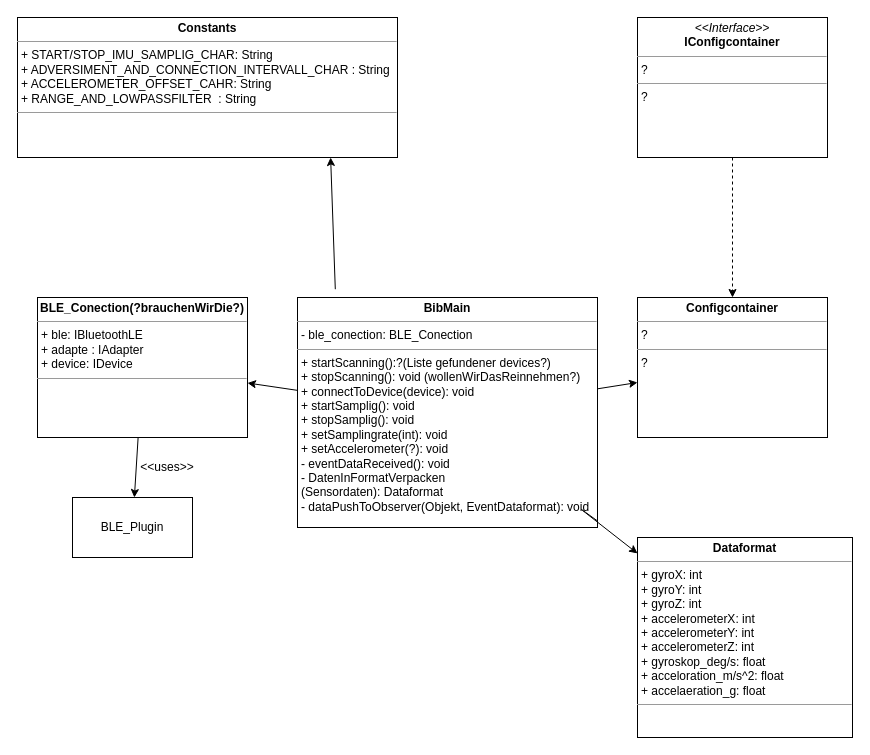
This is Entwurf/BibPackage_V1.0.drawio from vlle1/dokumente-earablesKIT, a draw.io file, before an edit. Source tidied: cells renumbered, new cells numbered last; positions are measured from the earlier drawing's top-left corner, leaving out a move shared by most shapes. Both pictures are drawn from the tidied source at 100%, with x=0, y=0 at pixel (17, 17).
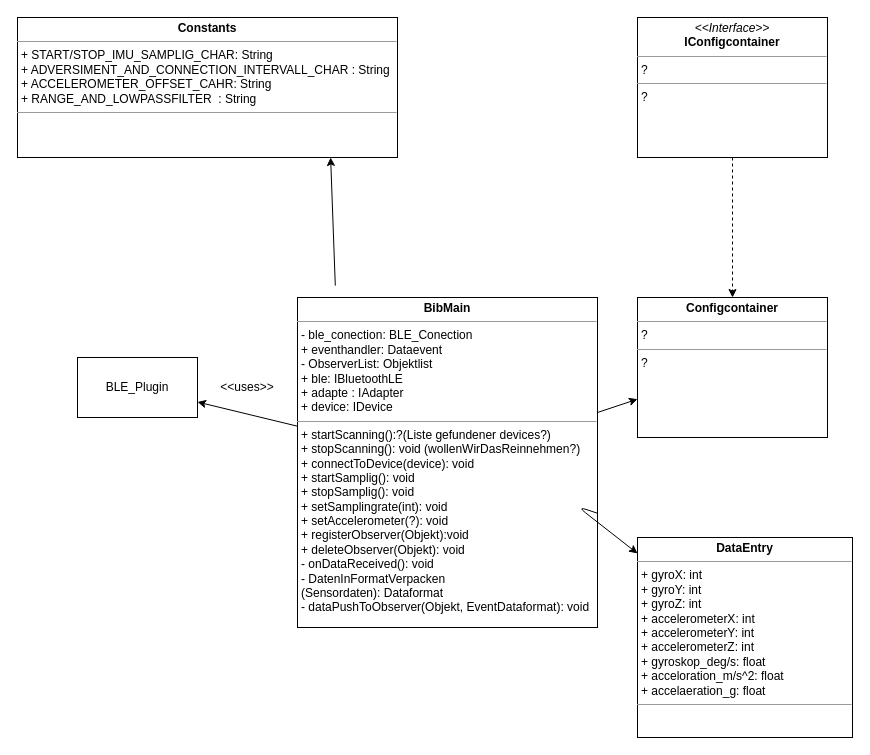
The same page after the edit.

Diff of the diagram source:
```diff
@@
 <mxGraphModel background="#ffffff">
   <root>
     <mxCell id="0" />
     <mxCell id="1" parent="0" />
-    <mxCell id="2" value="&lt;p style=&quot;margin: 0px ; margin-top: 4px ; text-align: center&quot;&gt;&lt;b&gt;BibMain&lt;/b&gt;&lt;/p&gt;&lt;hr size=&quot;1&quot;&gt;&lt;p style=&quot;margin: 0px ; margin-left: 4px&quot;&gt;- ble_conection: BLE_Conection&lt;/p&gt;&lt;hr size=&quot;1&quot;&gt;&lt;p style=&quot;margin: 0px 0px 0px 4px&quot;&gt;+ startScanning():?(Liste gefundener devices?)&lt;/p&gt;&lt;p style=&quot;margin: 0px 0px 0px 4px&quot;&gt;+ stopScanning(): void (wollenWirDasReinnehmen?)&lt;/p&gt;&lt;p style=&quot;margin: 0px 0px 0px 4px&quot;&gt;+ connectToDevice(device): void&amp;nbsp;&lt;/p&gt;&lt;p style=&quot;margin: 0px ; margin-left: 4px&quot;&gt;+ startSamplig(): void&lt;/p&gt;&lt;p style=&quot;margin: 0px ; margin-left: 4px&quot;&gt;+ stopSamplig(): void&lt;/p&gt;&lt;p style=&quot;margin: 0px ; margin-left: 4px&quot;&gt;+ setSamplingrate(int): void&lt;/p&gt;&lt;p style=&quot;margin: 0px ; margin-left: 4px&quot;&gt;+ setAccelerometer(?): void&lt;/p&gt;&lt;p style=&quot;margin: 0px ; margin-left: 4px&quot;&gt;- eventDataReceived(): void&lt;/p&gt;&lt;p style=&quot;margin: 0px 0px 0px 4px&quot;&gt;- DatenInFormatVerpacken&lt;/p&gt;&lt;p style=&quot;margin: 0px 0px 0px 4px&quot;&gt;(Sensordaten): Dataformat&lt;/p&gt;&lt;p style=&quot;margin: 0px ; margin-left: 4px&quot;&gt;- dataPushToObserver(Objekt, EventDataformat): void&lt;/p&gt;&lt;p style=&quot;margin: 0px ; margin-left: 4px&quot;&gt;&lt;br&gt;&lt;/p&gt;&lt;p style=&quot;margin: 0px ; margin-left: 4px&quot;&gt;&amp;nbsp;&lt;/p&gt;" style="verticalAlign=top;align=left;overflow=fill;fontSize=12;fontFamily=Helvetica;html=1;rounded=0;shadow=0;comic=0;labelBackgroundColor=none;strokeWidth=1;" parent="1" vertex="1">
-      <mxGeometry x="280" y="280" width="300" height="230" as="geometry" />
+    <mxCell id="2" value="&lt;p style=&quot;margin: 0px ; margin-top: 4px ; text-align: center&quot;&gt;&lt;b&gt;BibMain&lt;/b&gt;&lt;/p&gt;&lt;hr size=&quot;1&quot;&gt;&lt;p style=&quot;margin: 0px ; margin-left: 4px&quot;&gt;- ble_conection: BLE_Conection&lt;/p&gt;&lt;p style=&quot;margin: 0px ; margin-left: 4px&quot;&gt;+ eventhandler: Dataevent&lt;/p&gt;&lt;p style=&quot;margin: 0px ; margin-left: 4px&quot;&gt;- ObserverList: Objektlist&lt;/p&gt;&lt;p style=&quot;margin: 0px 0px 0px 4px&quot;&gt;+ ble: IBluetoothLE&lt;/p&gt;&lt;p style=&quot;margin: 0px 0px 0px 4px&quot;&gt;+ adapte : IAdapter&lt;/p&gt;&lt;p style=&quot;margin: 0px 0px 0px 4px&quot;&gt;+ device: IDevice&lt;/p&gt;&lt;hr size=&quot;1&quot;&gt;&lt;p style=&quot;margin: 0px 0px 0px 4px&quot;&gt;+ startScanning():?(Liste gefundener devices?)&lt;/p&gt;&lt;p style=&quot;margin: 0px 0px 0px 4px&quot;&gt;+ stopScanning(): void (wollenWirDasReinnehmen?)&lt;/p&gt;&lt;p style=&quot;margin: 0px 0px 0px 4px&quot;&gt;+ connectToDevice(device): void&amp;nbsp;&lt;/p&gt;&lt;p style=&quot;margin: 0px ; margin-left: 4px&quot;&gt;+ startSamplig(): void&lt;/p&gt;&lt;p style=&quot;margin: 0px ; margin-left: 4px&quot;&gt;+ stopSamplig(): void&lt;/p&gt;&lt;p style=&quot;margin: 0px ; margin-left: 4px&quot;&gt;+ setSamplingrate(int): void&lt;/p&gt;&lt;p style=&quot;margin: 0px ; margin-left: 4px&quot;&gt;+ setAccelerometer(?): void&lt;/p&gt;&lt;p style=&quot;margin: 0px ; margin-left: 4px&quot;&gt;+ registerObserver(Objekt):void&lt;/p&gt;&lt;p style=&quot;margin: 0px ; margin-left: 4px&quot;&gt;+ deleteObserver(Objekt): void&lt;/p&gt;&lt;p style=&quot;margin: 0px ; margin-left: 4px&quot;&gt;- onDataReceived(): void&lt;/p&gt;&lt;p style=&quot;margin: 0px 0px 0px 4px&quot;&gt;- DatenInFormatVerpacken&lt;/p&gt;&lt;p style=&quot;margin: 0px 0px 0px 4px&quot;&gt;(Sensordaten): Dataformat&lt;/p&gt;&lt;p style=&quot;margin: 0px ; margin-left: 4px&quot;&gt;- dataPushToObserver(Objekt, EventDataformat): void&lt;/p&gt;&lt;p style=&quot;margin: 0px ; margin-left: 4px&quot;&gt;&lt;br&gt;&lt;/p&gt;&lt;p style=&quot;margin: 0px ; margin-left: 4px&quot;&gt;&amp;nbsp;&lt;/p&gt;" style="verticalAlign=top;align=left;overflow=fill;fontSize=12;fontFamily=Helvetica;html=1;rounded=0;shadow=0;comic=0;labelBackgroundColor=none;strokeWidth=1;" parent="1" vertex="1">
+      <mxGeometry x="280" y="280" width="300" height="330" as="geometry" />
     </mxCell>
     <mxCell id="3" value="&lt;p style=&quot;margin: 0px ; margin-top: 4px ; text-align: center&quot;&gt;&lt;b&gt;Constants&lt;/b&gt;&lt;/p&gt;&lt;hr size=&quot;1&quot;&gt;&lt;p style=&quot;margin: 0px ; margin-left: 4px&quot;&gt;+ START/STOP_IMU_SAMPLIG_CHAR: String&lt;/p&gt;&lt;p style=&quot;margin: 0px ; margin-left: 4px&quot;&gt;+ ADVERSIMENT_AND_CONNECTION_INTERVALL_CHAR : String&lt;/p&gt;&lt;p style=&quot;margin: 0px ; margin-left: 4px&quot;&gt;+ ACCELEROMETER_OFFSET_CAHR: String&lt;br&gt;&lt;/p&gt;&lt;p style=&quot;margin: 0px ; margin-left: 4px&quot;&gt;+ RANGE_AND_LOWPASSFILTER&amp;nbsp; : String&lt;/p&gt;&lt;hr size=&quot;1&quot;&gt;&lt;p style=&quot;margin: 0px ; margin-left: 4px&quot;&gt;&lt;br&gt;&lt;/p&gt;" style="verticalAlign=top;align=left;overflow=fill;fontSize=12;fontFamily=Helvetica;html=1;rounded=0;shadow=0;comic=0;labelBackgroundColor=none;strokeWidth=1;" parent="1" vertex="1">
       <mxGeometry width="380" height="140" as="geometry" />
     </mxCell>
-    <mxCell id="4" value="&lt;p style=&quot;margin: 0px ; margin-top: 4px ; text-align: center&quot;&gt;&lt;b&gt;Dataformat&lt;/b&gt;&lt;/p&gt;&lt;hr size=&quot;1&quot;&gt;&lt;p style=&quot;margin: 0px ; margin-left: 4px&quot;&gt;+ gyroX: int&lt;br&gt;&lt;/p&gt;&lt;p style=&quot;margin: 0px ; margin-left: 4px&quot;&gt;+ gyroY: int&lt;br&gt;&lt;/p&gt;&lt;p style=&quot;margin: 0px ; margin-left: 4px&quot;&gt;+ gyroZ: int&lt;br&gt;&lt;/p&gt;&lt;p style=&quot;margin: 0px ; margin-left: 4px&quot;&gt;+ accelerometerX: int&lt;/p&gt;&lt;p style=&quot;margin: 0px ; margin-left: 4px&quot;&gt;+ accelerometerY: int&lt;br&gt;&lt;/p&gt;&lt;p style=&quot;margin: 0px ; margin-left: 4px&quot;&gt;+ accelerometerZ: int&lt;br&gt;&lt;/p&gt;&lt;p style=&quot;margin: 0px ; margin-left: 4px&quot;&gt;+ gyroskop_deg/s: float&lt;/p&gt;&lt;p style=&quot;margin: 0px ; margin-left: 4px&quot;&gt;+ acceloration_m/s^2: float&lt;/p&gt;&lt;p style=&quot;margin: 0px ; margin-left: 4px&quot;&gt;+ accelaeration_g: float&lt;/p&gt;&lt;hr size=&quot;1&quot;&gt;&lt;p style=&quot;margin: 0px ; margin-left: 4px&quot;&gt;&lt;br&gt;&lt;/p&gt;" style="verticalAlign=top;align=left;overflow=fill;fontSize=12;fontFamily=Helvetica;html=1;rounded=0;shadow=0;comic=0;labelBackgroundColor=none;strokeWidth=1;" parent="1" vertex="1">
+    <mxCell id="4" value="&lt;p style=&quot;margin: 0px ; margin-top: 4px ; text-align: center&quot;&gt;&lt;b&gt;DataEntry&lt;/b&gt;&lt;/p&gt;&lt;hr size=&quot;1&quot;&gt;&lt;p style=&quot;margin: 0px ; margin-left: 4px&quot;&gt;+ gyroX: int&lt;br&gt;&lt;/p&gt;&lt;p style=&quot;margin: 0px ; margin-left: 4px&quot;&gt;+ gyroY: int&lt;br&gt;&lt;/p&gt;&lt;p style=&quot;margin: 0px ; margin-left: 4px&quot;&gt;+ gyroZ: int&lt;br&gt;&lt;/p&gt;&lt;p style=&quot;margin: 0px ; margin-left: 4px&quot;&gt;+ accelerometerX: int&lt;/p&gt;&lt;p style=&quot;margin: 0px ; margin-left: 4px&quot;&gt;+ accelerometerY: int&lt;br&gt;&lt;/p&gt;&lt;p style=&quot;margin: 0px ; margin-left: 4px&quot;&gt;+ accelerometerZ: int&lt;br&gt;&lt;/p&gt;&lt;p style=&quot;margin: 0px ; margin-left: 4px&quot;&gt;+ gyroskop_deg/s: float&lt;/p&gt;&lt;p style=&quot;margin: 0px ; margin-left: 4px&quot;&gt;+ acceloration_m/s^2: float&lt;/p&gt;&lt;p style=&quot;margin: 0px ; margin-left: 4px&quot;&gt;+ accelaeration_g: float&lt;/p&gt;&lt;hr size=&quot;1&quot;&gt;&lt;p style=&quot;margin: 0px ; margin-left: 4px&quot;&gt;&lt;br&gt;&lt;/p&gt;" style="verticalAlign=top;align=left;overflow=fill;fontSize=12;fontFamily=Helvetica;html=1;rounded=0;shadow=0;comic=0;labelBackgroundColor=none;strokeWidth=1;" parent="1" vertex="1">
       <mxGeometry x="620" y="520" width="215" height="200" as="geometry" />
     </mxCell>
     <mxCell id="5" value="&lt;p style=&quot;margin: 0px ; margin-top: 4px ; text-align: center&quot;&gt;&lt;i&gt;&amp;lt;&amp;lt;Interface&amp;gt;&amp;gt;&lt;/i&gt;&lt;br&gt;&lt;b&gt;IConfigcontainer&lt;/b&gt;&lt;/p&gt;&lt;hr size=&quot;1&quot;&gt;&lt;p style=&quot;margin: 0px ; margin-left: 4px&quot;&gt;?&lt;/p&gt;&lt;hr size=&quot;1&quot;&gt;&lt;p style=&quot;margin: 0px ; margin-left: 4px&quot;&gt;?&lt;/p&gt;" style="verticalAlign=top;align=left;overflow=fill;fontSize=12;fontFamily=Helvetica;html=1;rounded=0;shadow=0;comic=0;labelBackgroundColor=none;strokeWidth=1;" parent="1" vertex="1">
       <mxGeometry x="620" width="190" height="140" as="geometry" />
     </mxCell>
     <mxCell id="6" value="&lt;p style=&quot;margin: 0px ; margin-top: 4px ; text-align: center&quot;&gt;&lt;b&gt;Configcontainer&lt;/b&gt;&lt;/p&gt;&lt;hr size=&quot;1&quot;&gt;&lt;p style=&quot;margin: 0px ; margin-left: 4px&quot;&gt;?&lt;/p&gt;&lt;hr size=&quot;1&quot;&gt;&lt;p style=&quot;margin: 0px ; margin-left: 4px&quot;&gt;?&lt;/p&gt;" style="verticalAlign=top;align=left;overflow=fill;fontSize=12;fontFamily=Helvetica;html=1;rounded=0;shadow=0;comic=0;labelBackgroundColor=none;strokeWidth=1;" parent="1" vertex="1">
       <mxGeometry x="620" y="280" width="190" height="140" as="geometry" />
     </mxCell>
     <mxCell id="7" style="endArrow=classic;html=1;jumpStyle=none;startArrow=none;startFill=0;dashed=1;" parent="1" edge="1" source="5" target="6">
       <mxGeometry relative="1" as="geometry" />
     </mxCell>
-    <mxCell id="8" value="&lt;p style=&quot;margin: 0px ; margin-top: 4px ; text-align: center&quot;&gt;&lt;b&gt;BLE_Conection(?brauchenWirDie?)&lt;/b&gt;&lt;/p&gt;&lt;hr size=&quot;1&quot;&gt;&lt;p style=&quot;margin: 0px ; margin-left: 4px&quot;&gt;+ ble: IBluetoothLE&lt;/p&gt;&lt;p style=&quot;margin: 0px ; margin-left: 4px&quot;&gt;+ adapte : IAdapter&lt;/p&gt;&lt;p style=&quot;margin: 0px ; margin-left: 4px&quot;&gt;+ device: IDevice&lt;/p&gt;&lt;hr size=&quot;1&quot;&gt;&lt;p style=&quot;margin: 0px ; margin-left: 4px&quot;&gt;&lt;br&gt;&lt;/p&gt;" style="verticalAlign=top;align=left;overflow=fill;fontSize=12;fontFamily=Helvetica;html=1;rounded=0;shadow=0;comic=0;labelBackgroundColor=none;strokeWidth=1;" parent="1" vertex="1">
-      <mxGeometry x="20" y="280" width="210" height="140" as="geometry" />
-    </mxCell>
-    <mxCell id="9" style="endArrow=classic;html=1;" parent="1" edge="1" source="8" target="15">
-      <mxGeometry relative="1" as="geometry" />
-    </mxCell>
     <mxCell id="10" value="&amp;lt;&amp;lt;uses&amp;gt;&amp;gt;" style="text;html=1;strokeColor=none;fillColor=none;align=center;verticalAlign=middle;whiteSpace=wrap;rounded=0;" parent="1" vertex="1">
-      <mxGeometry x="130" y="440" width="40" height="20" as="geometry" />
+      <mxGeometry x="210" y="360" width="40" height="20" as="geometry" />
     </mxCell>
     <mxCell id="11" style="endArrow=classic;html=1;entryX=0.824;entryY=1;entryDx=0;entryDy=0;entryPerimeter=0;exitX=0.126;exitY=-0.036;exitDx=0;exitDy=0;exitPerimeter=0;" parent="1" edge="1" source="2" target="3">
       <mxGeometry relative="1" as="geometry" />
     </mxCell>
     <mxCell id="12" style="endArrow=classic;html=1;" parent="1" edge="1" source="2" target="6">
       <mxGeometry relative="1" as="geometry" />
     </mxCell>
-    <mxCell id="13" style="endArrow=classic;html=1;" parent="1" edge="1" source="2" target="8">
+    <mxCell id="13" style="endArrow=classic;html=1;" parent="1" edge="1" source="2" target="15">
       <mxGeometry relative="1" as="geometry" />
     </mxCell>
     <mxCell id="14" style="endArrow=classic;html=1;" parent="1" edge="1" source="2" target="4">
       <mxGeometry relative="1" as="geometry">
         <Array as="points">
           <mxPoint x="560" y="489" />
         </Array>
       </mxGeometry>
     </mxCell>
     <mxCell id="15" value="BLE_Plugin" style="rounded=0;whiteSpace=wrap;html=1;" parent="1" vertex="1">
-      <mxGeometry x="55" y="480" width="120" height="60" as="geometry" />
+      <mxGeometry x="60" y="340" width="120" height="60" as="geometry" />
     </mxCell>
   </root>
 </mxGraphModel>
```
